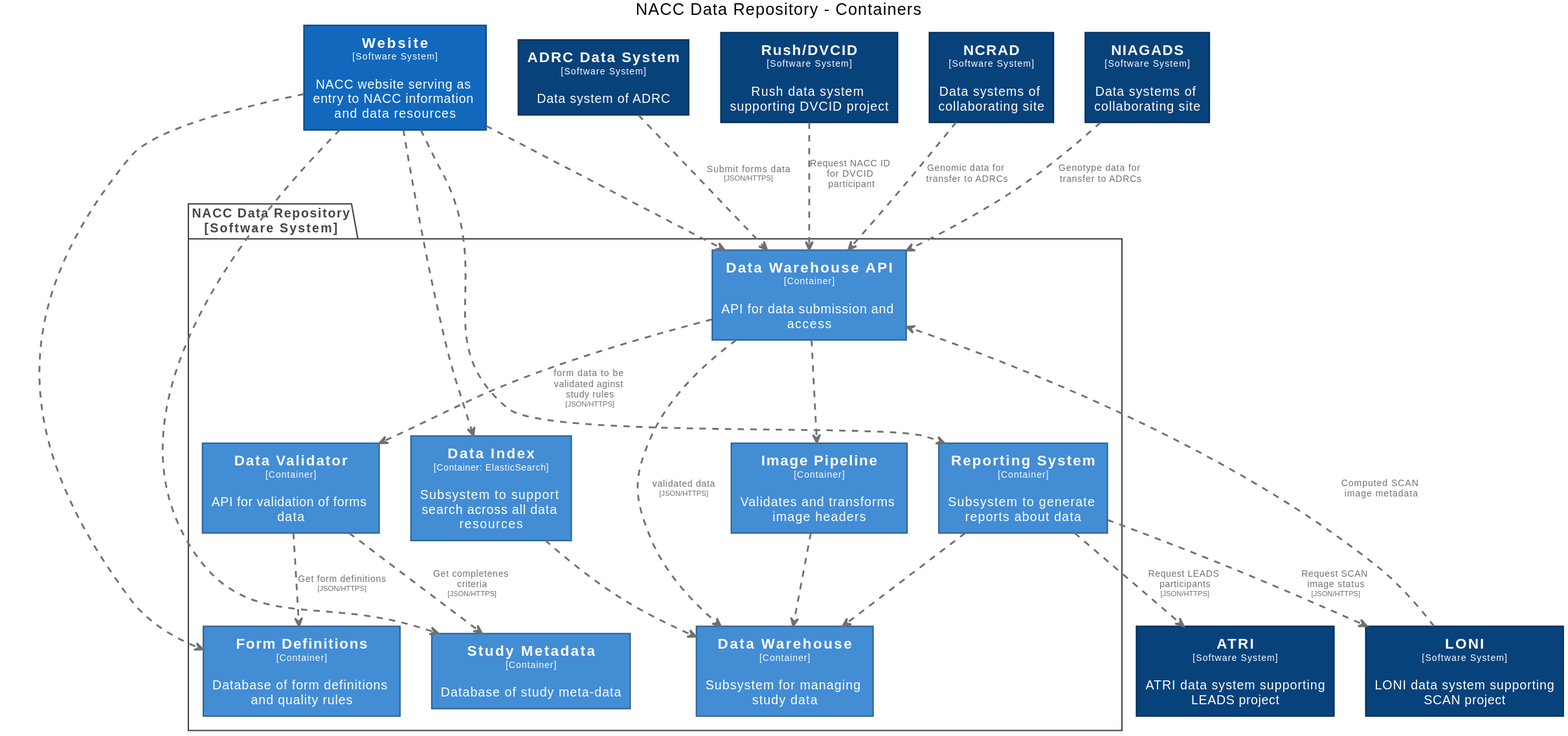
The PlantUML diagram docs/images/structurizr-RepositoryContainers.svg in naccdata/system-design, before a commit.
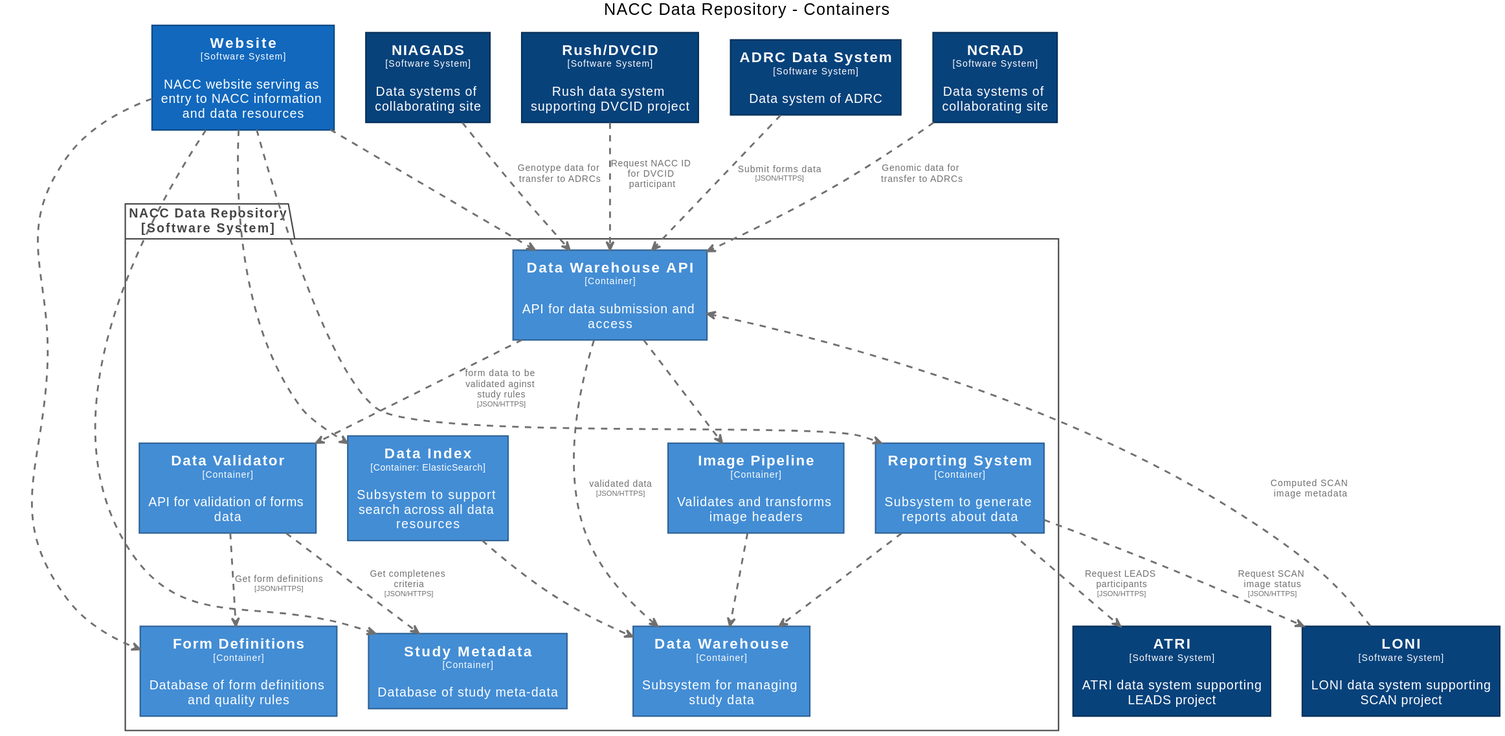
Above is the later version.

The edit, as a diff of the source:
```diff
@@ -90,12 +90,12 @@
 }
 
 rectangle "==Website\n<size:10>[Software System]</size>\n\nNACC website serving as entry to NACC information and data resources" <<Website>> as Website
+rectangle "==NCRAD\n<size:10>[Software System]</size>\n\nData systems of collaborating site" <<NCRAD>> as NCRAD
 rectangle "==ATRI\n<size:10>[Software System]</size>\n\nATRI data system supporting LEADS project" <<ATRI>> as ATRI
 rectangle "==NIAGADS\n<size:10>[Software System]</size>\n\nData systems of collaborating site" <<NIAGADS>> as NIAGADS
+rectangle "==Rush/DVCID\n<size:10>[Software System]</size>\n\nRush data system supporting DVCID project" <<RushDVCID>> as RushDVCID
 rectangle "==ADRC Data System\n<size:10>[Software System]</size>\n\nData system of ADRC" <<ADRCDataSystem>> as ADRCDataSystem
-rectangle "==Rush/DVCID\n<size:10>[Software System]</size>\n\nRush data system supporting DVCID project" <<RushDVCID>> as RushDVCID
 rectangle "==LONI\n<size:10>[Software System]</size>\n\nLONI data system supporting SCAN project" <<LONI>> as LONI
-rectangle "==NCRAD\n<size:10>[Software System]</size>\n\nData systems of collaborating site" <<NCRAD>> as NCRAD
 
 package "NACC Data Repository\n[Software System]" <<NACCDataRepository>> {
   skinparam PackageBorderColor<<NACCDataRepository>> #444444
```
